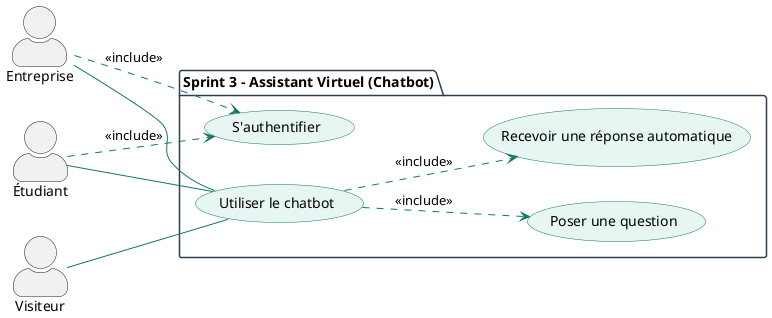
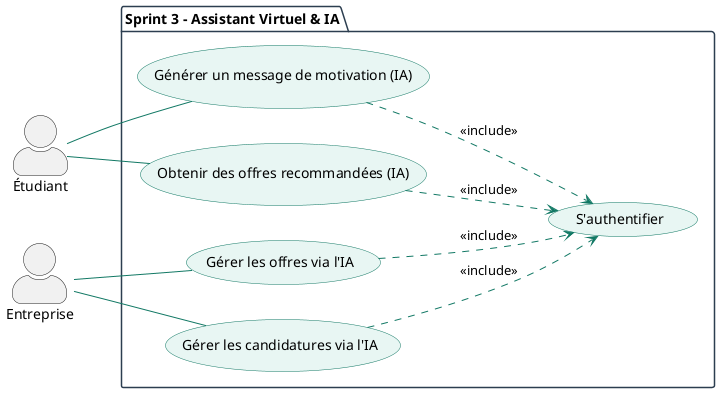
@startuml StageFlow_Sprint3
left to right direction
skinparam actorStyle awesome

skinparam package {
    BackgroundColor White
    BorderColor #2C3E50
}

skinparam usecase {
    BackgroundColor #E8F6F3
    BorderColor #117864
    ArrowColor #117864
}

- actor "Visiteur" as V
actor "Étudiant" as E
actor "Entreprise" as Ent

- package "Sprint 3 – Assistant Virtuel (Chatbot)" {
+ package "Sprint 3 – Assistant Virtuel & IA" {

-     usecase "Utiliser le chatbot" as UC1
-     usecase "Poser une question" as UC2
-     usecase "Recevoir une réponse automatique" as UC3
+     usecase "Générer un message de motivation (IA)" as UC_Motiv
+     usecase "Obtenir des offres recommandées (IA)" as UC_Recom
+ 
+     usecase "Gérer les offres via l'IA" as UC_Offres
+     usecase "Gérer les candidatures via l'IA" as UC_Cands
+ 
    usecase "S'authentifier" as Auth

-     V -- UC1
-     E -- UC1
-     Ent -- UC1
+     E -- UC_Motiv
+     E -- UC_Recom

-     UC1 ..> UC2 : <<include>>
-     UC1 ..> UC3 : <<include>>
+     Ent -- UC_Offres
+     Ent -- UC_Cands

-     ' L'authentification est requise uniquement
-     ' pour l'étudiant et l'entreprise
-     E ..> Auth : <<include>>
-     Ent ..> Auth : <<include>>
+     UC_Motiv ..> Auth : <<include>>
+     UC_Recom ..> Auth : <<include>>
+     UC_Offres ..> Auth : <<include>>
+     UC_Cands ..> Auth : <<include>>
}

@enduml